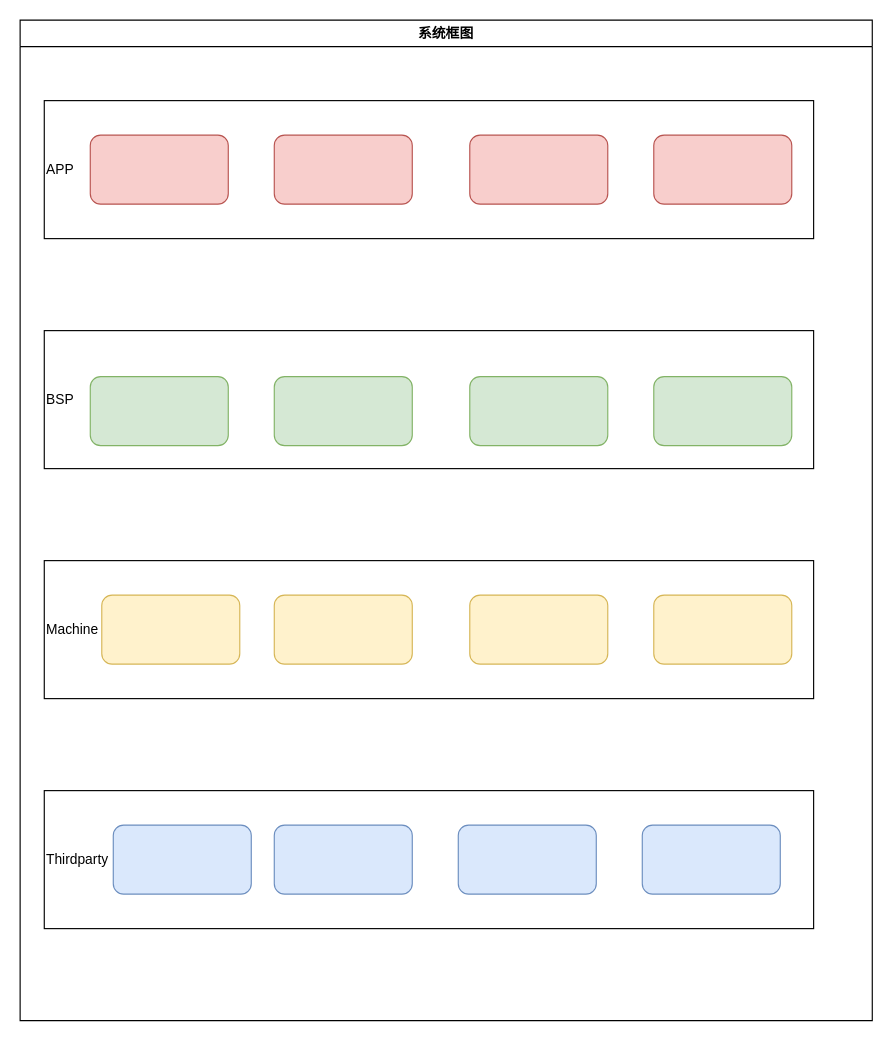
This is 软件设计流程.drawio from jessonyu/AndroidNotes, a draw.io file, before an edit. Source tidied: cells renumbered, new cells numbered last; positions are measured from the earlier drawing's top-left corner, leaving out a move shared by most shapes. Both pictures are drawn from the tidied source at 115%, with x=0, y=0 at pixel (20, 20).
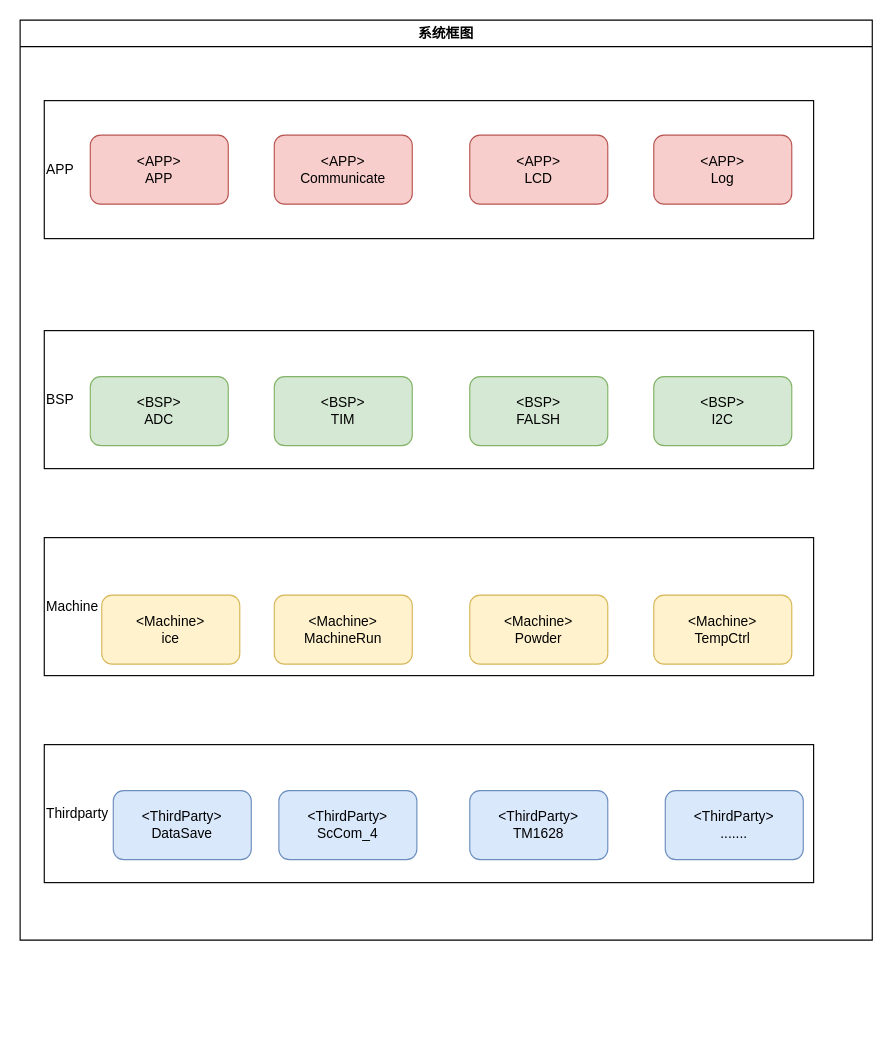
The same diagram, later.

Commit message:
更新软件设计流程.drawio

What changed in the source:
```diff
@@
     <mxCell id="2" value="系统框图" style="swimlane;whiteSpace=wrap;html=1;" parent="1" vertex="1">
-      <mxGeometry width="741" height="870" as="geometry" />
+      <mxGeometry width="741" height="800" as="geometry" />
     </mxCell>
@@
     <mxCell id="5" value="Machine" style="rounded=0;whiteSpace=wrap;html=1;align=left;" parent="2" vertex="1">
-      <mxGeometry x="21" y="470" width="669" height="120" as="geometry" />
+      <mxGeometry x="21" y="450" width="669" height="120" as="geometry" />
     </mxCell>
     <mxCell id="6" value="Thirdparty" style="rounded=0;whiteSpace=wrap;html=1;align=left;" parent="2" vertex="1">
-      <mxGeometry x="21" y="670" width="669" height="120" as="geometry" />
+      <mxGeometry x="21" y="630" width="669" height="120" as="geometry" />
     </mxCell>
-    <mxCell id="7" style="rounded=1;whiteSpace=wrap;html=1;strokeColor=#b85450;fillColor=#f8cecc;" parent="2" vertex="1">
+    <mxCell id="7" value="&amp;lt;APP&amp;gt;&lt;br&gt;APP" style="rounded=1;whiteSpace=wrap;html=1;strokeColor=#b85450;fillColor=#f8cecc;" parent="2" vertex="1">
       <mxGeometry x="61" y="100" width="120" height="60" as="geometry" />
     </mxCell>
-    <mxCell id="8" style="rounded=1;whiteSpace=wrap;html=1;strokeColor=#b85450;fillColor=#f8cecc;" parent="2" vertex="1">
+    <mxCell id="8" value="&amp;lt;APP&amp;gt;&lt;br&gt;Communicate" style="rounded=1;whiteSpace=wrap;html=1;strokeColor=#b85450;fillColor=#f8cecc;" parent="2" vertex="1">
       <mxGeometry x="221" y="100" width="120" height="60" as="geometry" />
     </mxCell>
-    <mxCell id="9" style="rounded=1;whiteSpace=wrap;html=1;strokeColor=#b85450;fillColor=#f8cecc;" parent="2" vertex="1">
+    <mxCell id="9" value="&amp;lt;APP&amp;gt;&lt;br&gt;LCD" style="rounded=1;whiteSpace=wrap;html=1;strokeColor=#b85450;fillColor=#f8cecc;" parent="2" vertex="1">
       <mxGeometry x="391" y="100" width="120" height="60" as="geometry" />
     </mxCell>
-    <mxCell id="10" style="rounded=1;whiteSpace=wrap;html=1;strokeColor=#b85450;fillColor=#f8cecc;" parent="2" vertex="1">
+    <mxCell id="10" value="&amp;lt;APP&amp;gt;&lt;br&gt;Log" style="rounded=1;whiteSpace=wrap;html=1;strokeColor=#b85450;fillColor=#f8cecc;" parent="2" vertex="1">
       <mxGeometry x="551" y="100" width="120" height="60" as="geometry" />
     </mxCell>
-    <mxCell id="11" style="rounded=1;whiteSpace=wrap;html=1;strokeColor=#82b366;fillColor=#d5e8d4;" parent="2" vertex="1">
+    <mxCell id="11" value="&amp;lt;BSP&amp;gt;&lt;br&gt;ADC" style="rounded=1;whiteSpace=wrap;html=1;strokeColor=#82b366;fillColor=#d5e8d4;" parent="2" vertex="1">
       <mxGeometry x="61" y="310" width="120" height="60" as="geometry" />
     </mxCell>
-    <mxCell id="12" style="rounded=1;whiteSpace=wrap;html=1;strokeColor=#82b366;fillColor=#d5e8d4;" parent="2" vertex="1">
+    <mxCell id="12" value="&amp;lt;BSP&amp;gt;&lt;br&gt;TIM" style="rounded=1;whiteSpace=wrap;html=1;strokeColor=#82b366;fillColor=#d5e8d4;" parent="2" vertex="1">
       <mxGeometry x="221" y="310" width="120" height="60" as="geometry" />
     </mxCell>
-    <mxCell id="13" style="rounded=1;whiteSpace=wrap;html=1;strokeColor=#82b366;fillColor=#d5e8d4;" parent="2" vertex="1">
+    <mxCell id="13" value="&amp;lt;BSP&amp;gt;&lt;br&gt;FALSH" style="rounded=1;whiteSpace=wrap;html=1;strokeColor=#82b366;fillColor=#d5e8d4;" parent="2" vertex="1">
       <mxGeometry x="391" y="310" width="120" height="60" as="geometry" />
     </mxCell>
-    <mxCell id="14" style="rounded=1;whiteSpace=wrap;html=1;strokeColor=#82b366;fillColor=#d5e8d4;" parent="2" vertex="1">
+    <mxCell id="14" value="&amp;lt;BSP&amp;gt;&lt;br&gt;I2C" style="rounded=1;whiteSpace=wrap;html=1;strokeColor=#82b366;fillColor=#d5e8d4;" parent="2" vertex="1">
       <mxGeometry x="551" y="310" width="120" height="60" as="geometry" />
     </mxCell>
-    <mxCell id="15" style="rounded=1;whiteSpace=wrap;html=1;strokeColor=#d6b656;fillColor=#fff2cc;" parent="2" vertex="1">
+    <mxCell id="15" value="&amp;lt;Machine&amp;gt;&lt;br&gt;ice" style="rounded=1;whiteSpace=wrap;html=1;strokeColor=#d6b656;fillColor=#fff2cc;" parent="2" vertex="1">
       <mxGeometry x="71" y="500" width="120" height="60" as="geometry" />
     </mxCell>
-    <mxCell id="16" style="rounded=1;whiteSpace=wrap;html=1;strokeColor=#d6b656;fillColor=#fff2cc;" parent="2" vertex="1">
+    <mxCell id="16" value="&amp;lt;Machine&amp;gt;&lt;br&gt;MachineRun" style="rounded=1;whiteSpace=wrap;html=1;strokeColor=#d6b656;fillColor=#fff2cc;" parent="2" vertex="1">
       <mxGeometry x="221" y="500" width="120" height="60" as="geometry" />
     </mxCell>
-    <mxCell id="17" style="rounded=1;whiteSpace=wrap;html=1;strokeColor=#d6b656;fillColor=#fff2cc;" parent="2" vertex="1">
+    <mxCell id="17" value="&amp;lt;Machine&amp;gt;&lt;br&gt;Powder" style="rounded=1;whiteSpace=wrap;html=1;strokeColor=#d6b656;fillColor=#fff2cc;" parent="2" vertex="1">
       <mxGeometry x="391" y="500" width="120" height="60" as="geometry" />
     </mxCell>
-    <mxCell id="18" style="rounded=1;whiteSpace=wrap;html=1;strokeColor=#d6b656;fillColor=#fff2cc;" parent="2" vertex="1">
+    <mxCell id="18" value="&amp;lt;Machine&amp;gt;&lt;br&gt;TempCtrl" style="rounded=1;whiteSpace=wrap;html=1;strokeColor=#d6b656;fillColor=#fff2cc;" parent="2" vertex="1">
       <mxGeometry x="551" y="500" width="120" height="60" as="geometry" />
     </mxCell>
-    <mxCell id="19" style="rounded=1;whiteSpace=wrap;html=1;strokeColor=#6c8ebf;fillColor=#dae8fc;" parent="2" vertex="1">
-      <mxGeometry x="81" y="700" width="120" height="60" as="geometry" />
+    <mxCell id="19" value="&amp;lt;ThirdParty&amp;gt;&lt;br&gt;DataSave" style="rounded=1;whiteSpace=wrap;html=1;strokeColor=#6c8ebf;fillColor=#dae8fc;" parent="2" vertex="1">
+      <mxGeometry x="81" y="670" width="120" height="60" as="geometry" />
     </mxCell>
-    <mxCell id="20" style="rounded=1;whiteSpace=wrap;html=1;strokeColor=#6c8ebf;fillColor=#dae8fc;" parent="2" vertex="1">
-      <mxGeometry x="221" y="700" width="120" height="60" as="geometry" />
+    <mxCell id="20" value="&amp;lt;ThirdParty&amp;gt;&lt;br&gt;ScCom_4" style="rounded=1;whiteSpace=wrap;html=1;strokeColor=#6c8ebf;fillColor=#dae8fc;" parent="2" vertex="1">
+      <mxGeometry x="225" y="670" width="120" height="60" as="geometry" />
     </mxCell>
-    <mxCell id="21" style="rounded=1;whiteSpace=wrap;html=1;strokeColor=#6c8ebf;fillColor=#dae8fc;" parent="2" vertex="1">
-      <mxGeometry x="381" y="700" width="120" height="60" as="geometry" />
+    <mxCell id="21" value="&amp;lt;ThirdParty&amp;gt;&lt;br&gt;TM1628" style="rounded=1;whiteSpace=wrap;html=1;strokeColor=#6c8ebf;fillColor=#dae8fc;" parent="2" vertex="1">
+      <mxGeometry x="391" y="670" width="120" height="60" as="geometry" />
     </mxCell>
-    <mxCell id="22" style="rounded=1;whiteSpace=wrap;html=1;strokeColor=#6c8ebf;fillColor=#dae8fc;" parent="2" vertex="1">
-      <mxGeometry x="541" y="700" width="120" height="60" as="geometry" />
+    <mxCell id="22" value="&amp;lt;ThirdParty&amp;gt;&lt;br&gt;......." style="rounded=1;whiteSpace=wrap;html=1;strokeColor=#6c8ebf;fillColor=#dae8fc;" parent="2" vertex="1">
+      <mxGeometry x="561" y="670" width="120" height="60" as="geometry" />
     </mxCell>
```
